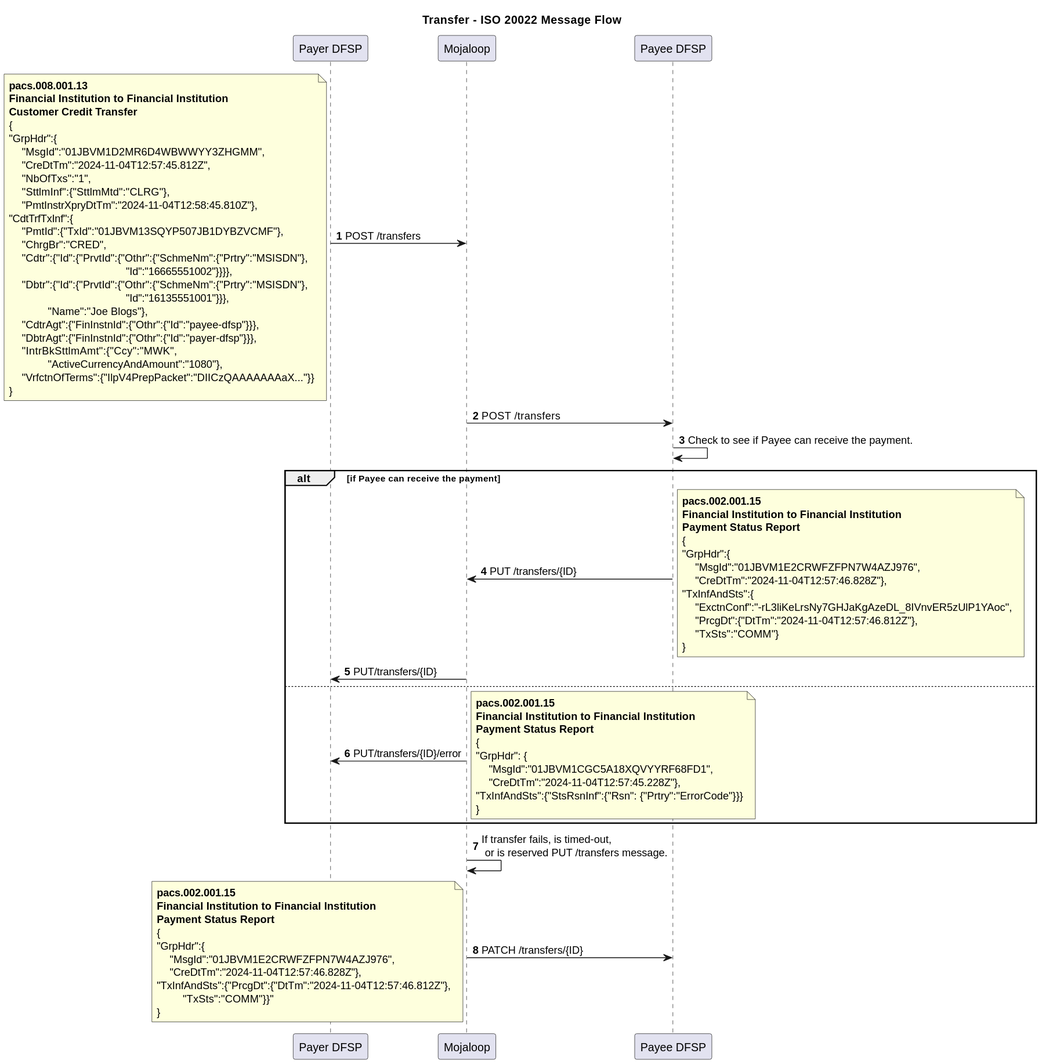
Above: docs/fr/product/features/Iso20022/v1.0/SequenceDiagrams/Transfer.svg in mojaloop/documentation (PlantUML), before the change. Its source is kept beside it as docs/fr/product/features/Iso20022/v1.0/SequenceDiagrams/Transfer.plantuml.
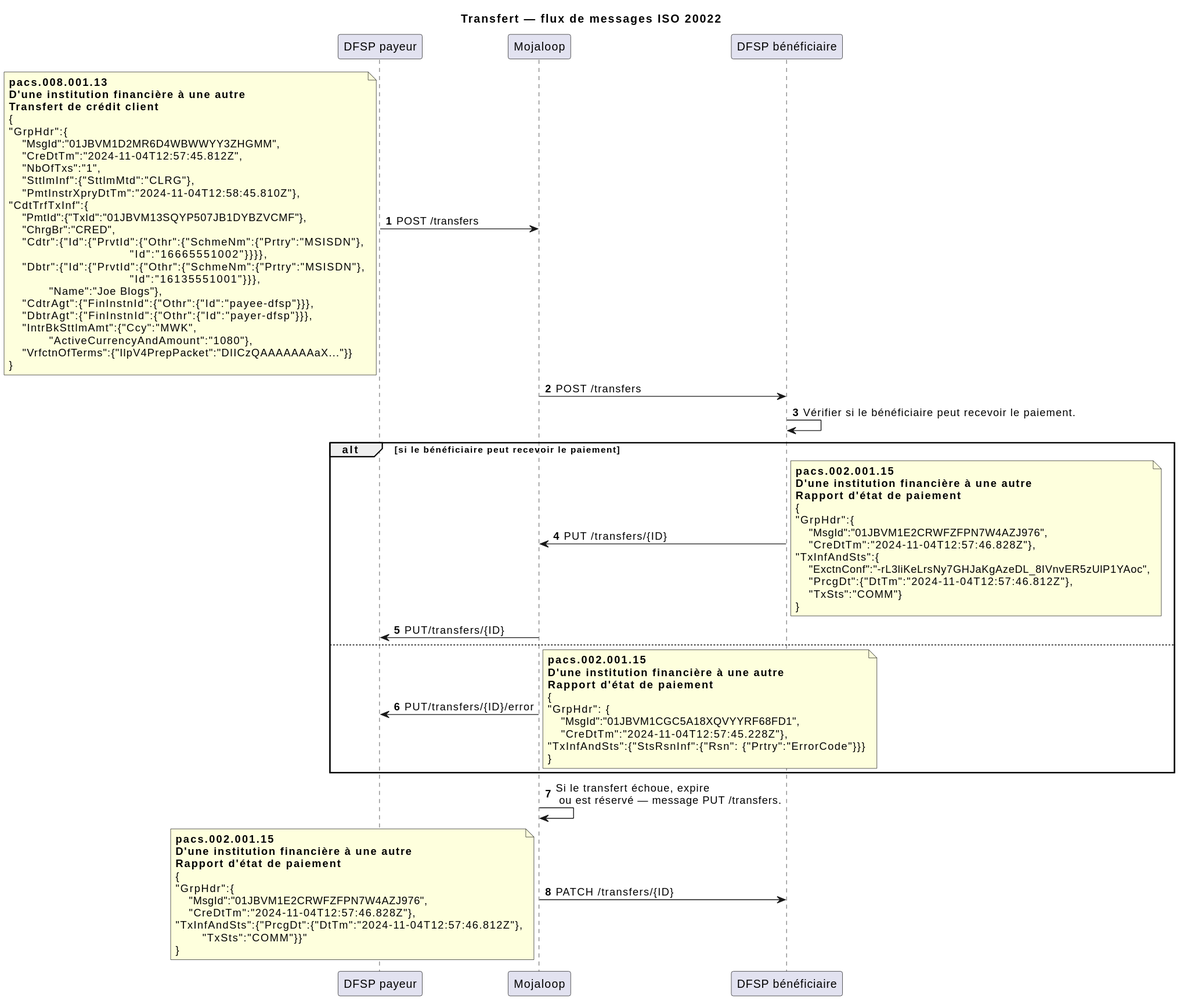
Above is the later version.

The edit, as a diff of the source:
```diff
@@ -1,17 +1,17 @@
 @startuml
 
-Title Transfer - ISO 20022 Message Flow
-participant PayerDFSP as "Payer DFSP"
+Title Transfert — flux de messages ISO 20022
+participant PayerDFSP as "DFSP payeur"
 participant Mojaloop as "Mojaloop"
-participant PayeeDFSP as "Payee DFSP"
+participant PayeeDFSP as "DFSP bénéficiaire"
 
 autonumber
 
 PayerDFSP -> Mojaloop: POST /transfers
 note left
 **pacs.008.001.13**
-**Financial Institution to Financial Institution**
-**Customer Credit Transfer**
+**D'une institution financière à une autre**
+**Transfert de crédit client**
 {
 "GrpHdr":{
     "MsgId":"01JBVM1D2MR6D4WBWWYY3ZHGMM",
@@ -35,13 +35,13 @@
 }
 end note
 Mojaloop -> PayeeDFSP: POST  /transfers
-PayeeDFSP -> PayeeDFSP: Check to see if Payee can receive the payment.
-alt if Payee can receive the payment
+PayeeDFSP -> PayeeDFSP: Vérifier si le bénéficiaire peut recevoir le paiement.
+alt si le bénéficiaire peut recevoir le paiement
 PayeeDFSP -> Mojaloop: PUT /transfers/{ID}
 note right
 **pacs.002.001.15**
-**Financial Institution to Financial Institution**
-**Payment Status Report**
+**D'une institution financière à une autre**
+**Rapport d'état de paiement**
 {
 "GrpHdr":{
     "MsgId":"01JBVM1E2CRWFZFPN7W4AZJ976",
@@ -59,8 +59,8 @@
 Mojaloop -> PayerDFSP: PUT/transfers/{ID}/error
 note right
 **pacs.002.001.15**
-**Financial Institution to Financial Institution**
-**Payment Status Report**
+**D'une institution financière à une autre**
+**Rapport d'état de paiement**
 {
 "GrpHdr": {
     "MsgId":"01JBVM1CGC5A18XQVYYRF68FD1",
@@ -70,13 +70,13 @@
 end note
 end
 
-Mojaloop->Mojaloop: If transfer fails, is timed-out,\n or is reserved PUT /transfers message.
+Mojaloop->Mojaloop: Si le transfert échoue, expire \n ou est réservé — message PUT /transfers.
 
 Mojaloop->PayeeDFSP: PATCH /transfers/{ID}
 note left
 **pacs.002.001.15**
-**Financial Institution to Financial Institution**
-**Payment Status Report**
+**D'une institution financière à une autre**
+**Rapport d'état de paiement**
 {
 "GrpHdr":{
     "MsgId":"01JBVM1E2CRWFZFPN7W4AZJ976",
```
